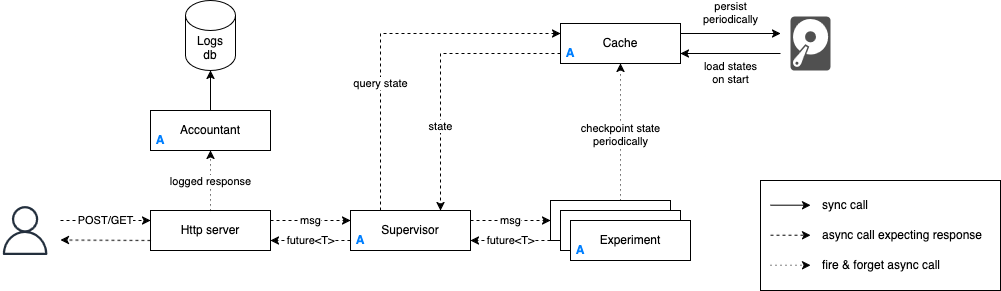
Before: assets/architecture.png, a diagram exported from draw.io (clabrugere/rust-bandits). Source tidied: cells renumbered, new cells last; positions are measured from the earlier drawing's top-left corner, leaving out a move shared by most shapes.
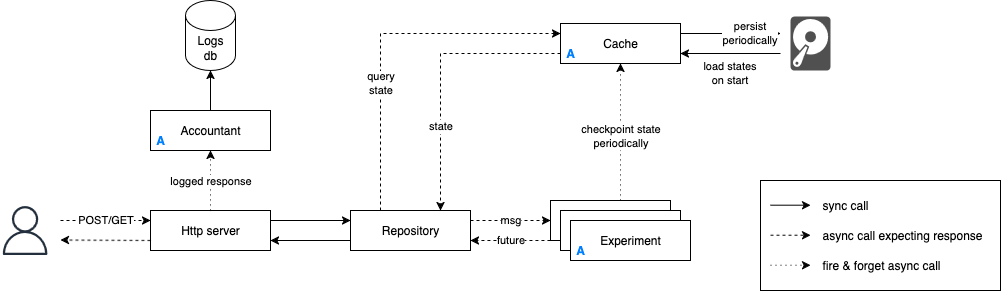
The same file after the commit.

Change to the diagram source:
```diff
@@ -5,16 +5,16 @@
     <mxCell id="2" value="&lt;div&gt;Http server&lt;/div&gt;" style="rounded=0;whiteSpace=wrap;html=1;" parent="1" vertex="1">
       <mxGeometry x="150" y="210" width="120" height="40" as="geometry" />
     </mxCell>
-    <mxCell id="3" value="&lt;div&gt;query state&lt;/div&gt;" style="edgeStyle=orthogonalEdgeStyle;rounded=0;jettySize=auto;html=1;exitX=0.25;exitY=0;exitDx=0;exitDy=0;entryX=0;entryY=0.25;entryDx=0;entryDy=0;dashed=1;fillColor=#ffe6cc;strokeColor=#000000;fontColor=light-dark(#000000, #ededed);labelBackgroundColor=default;" parent="1" edge="1" source="4" target="11">
+    <mxCell id="3" value="&lt;div&gt;query&lt;/div&gt;&lt;div&gt;state&lt;/div&gt;" style="edgeStyle=orthogonalEdgeStyle;rounded=0;jettySize=auto;html=1;exitX=0.25;exitY=0;exitDx=0;exitDy=0;entryX=0;entryY=0.25;entryDx=0;entryDy=0;dashed=1;fillColor=#ffe6cc;strokeColor=#000000;fontColor=light-dark(#000000, #ededed);labelBackgroundColor=default;" parent="1" edge="1" source="4" target="11">
       <mxGeometry x="-0.29" relative="1" as="geometry" />
     </mxCell>
-    <mxCell id="4" value="&lt;div&gt;Supervisor&lt;/div&gt;" style="rounded=0;whiteSpace=wrap;html=1;" parent="1" vertex="1">
+    <mxCell id="4" value="Repository" style="rounded=0;whiteSpace=wrap;html=1;" parent="1" vertex="1">
       <mxGeometry x="350" y="210" width="120" height="40" as="geometry" />
     </mxCell>
-    <mxCell id="5" value="msg" style="endArrow=classic;html=1;rounded=0;exitX=1;exitY=0.25;exitDx=0;exitDy=0;entryX=0;entryY=0.25;entryDx=0;entryDy=0;dashed=1;" parent="1" edge="1" source="2" target="4">
+    <mxCell id="5" style="endArrow=classic;html=1;rounded=0;exitX=1;exitY=0.25;exitDx=0;exitDy=0;entryX=0;entryY=0.25;entryDx=0;entryDy=0;" parent="1" edge="1" source="2" target="4">
       <mxGeometry relative="1" as="geometry" />
     </mxCell>
-    <mxCell id="6" value="future&amp;lt;T&amp;gt;" style="endArrow=classic;html=1;rounded=0;exitX=0;exitY=0.75;exitDx=0;exitDy=0;entryX=1;entryY=0.75;entryDx=0;entryDy=0;dashed=1;" parent="1" edge="1" source="4" target="2">
+    <mxCell id="6" style="endArrow=classic;html=1;rounded=0;exitX=0;exitY=0.75;exitDx=0;exitDy=0;entryX=1;entryY=0.75;entryDx=0;entryDy=0;" parent="1" edge="1" source="4" target="2">
       <mxGeometry relative="1" as="geometry" />
     </mxCell>
     <mxCell id="7" value="&lt;div&gt;Logs&lt;/div&gt;&lt;div&gt;db&lt;br&gt;&lt;/div&gt;" style="shape=cylinder3;whiteSpace=wrap;html=1;boundedLbl=1;backgroundOutline=1;size=15;" parent="1" vertex="1">
@@ -89,9 +89,6 @@
         <mxPoint x="680" y="53" as="targetPoint" />
       </mxGeometry>
     </mxCell>
-    <mxCell id="26" value="A" style="text;html=1;align=center;verticalAlign=middle;whiteSpace=wrap;rounded=0;fontStyle=1;fontColor=light-dark(#007FFF,#EDEDED);" parent="1" vertex="1">
-      <mxGeometry x="350" y="230" width="20" height="20" as="geometry" />
-    </mxCell>
     <mxCell id="27" value="A" style="text;html=1;align=center;verticalAlign=middle;whiteSpace=wrap;rounded=0;fontStyle=1;fontColor=light-dark(#007FFF,#EDEDED);" parent="1" vertex="1">
       <mxGeometry x="560" y="43" width="20" height="20" as="geometry" />
     </mxCell>
@@ -132,7 +129,7 @@
     <mxCell id="38" value="msg" style="endArrow=classic;html=1;rounded=0;exitX=1;exitY=0.25;exitDx=0;exitDy=0;entryX=0;entryY=0.5;entryDx=0;entryDy=0;dashed=1;labelBackgroundColor=default;" parent="1" edge="1" source="4" target="34">
       <mxGeometry relative="1" as="geometry" />
     </mxCell>
-    <mxCell id="39" value="future&amp;lt;T&amp;gt;" style="endArrow=classic;html=1;rounded=0;dashed=1;entryX=1;entryY=0.75;entryDx=0;entryDy=0;exitX=0;exitY=1;exitDx=0;exitDy=0;" parent="1" edge="1" source="34" target="4">
+    <mxCell id="39" value="future" style="endArrow=classic;html=1;rounded=0;dashed=1;entryX=1;entryY=0.75;entryDx=0;entryDy=0;exitX=0;exitY=1;exitDx=0;exitDy=0;" parent="1" edge="1" source="34" target="4">
       <mxGeometry relative="1" as="geometry" />
     </mxCell>
     <mxCell id="40" style="sketch=0;fontColor=#232F3E;gradientColor=none;fillColor=#232F3D;strokeColor=none;dashed=0;verticalLabelPosition=bottom;verticalAlign=top;align=center;html=1;fontSize=12;fontStyle=0;shape=mxgraph.aws4.user;strokeWidth=1;" parent="1" vertex="1">
```
